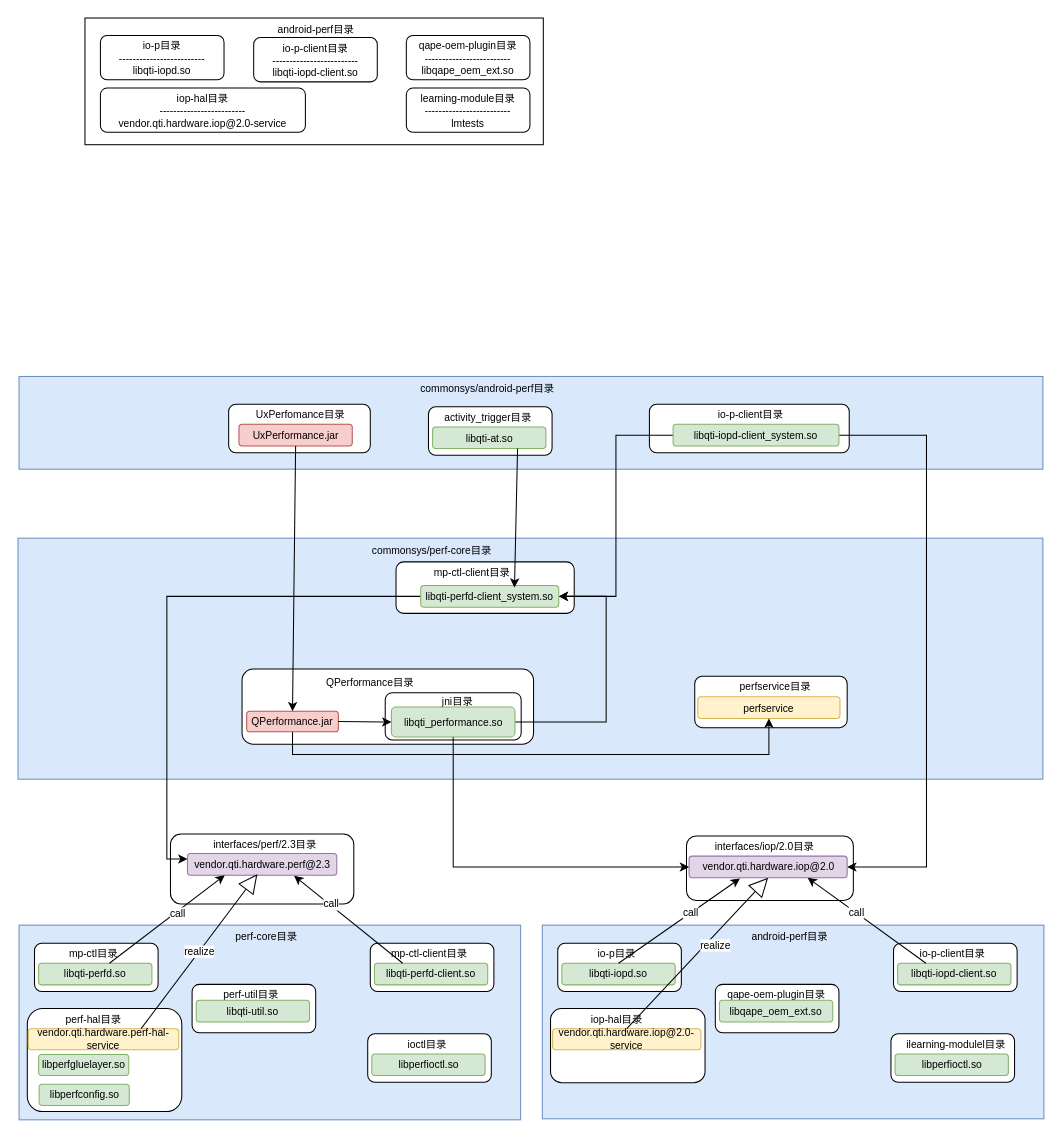
Earlier version of the draw.io diagram qcom.drawio (jasonactions/graph). Source tidied: cells renumbered, new cells numbered last; positions are measured from the earlier drawing's top-left corner, leaving out a move shared by most shapes. Both pictures are drawn from the tidied source at 103%, with x=0, y=0 at pixel (18, 18).
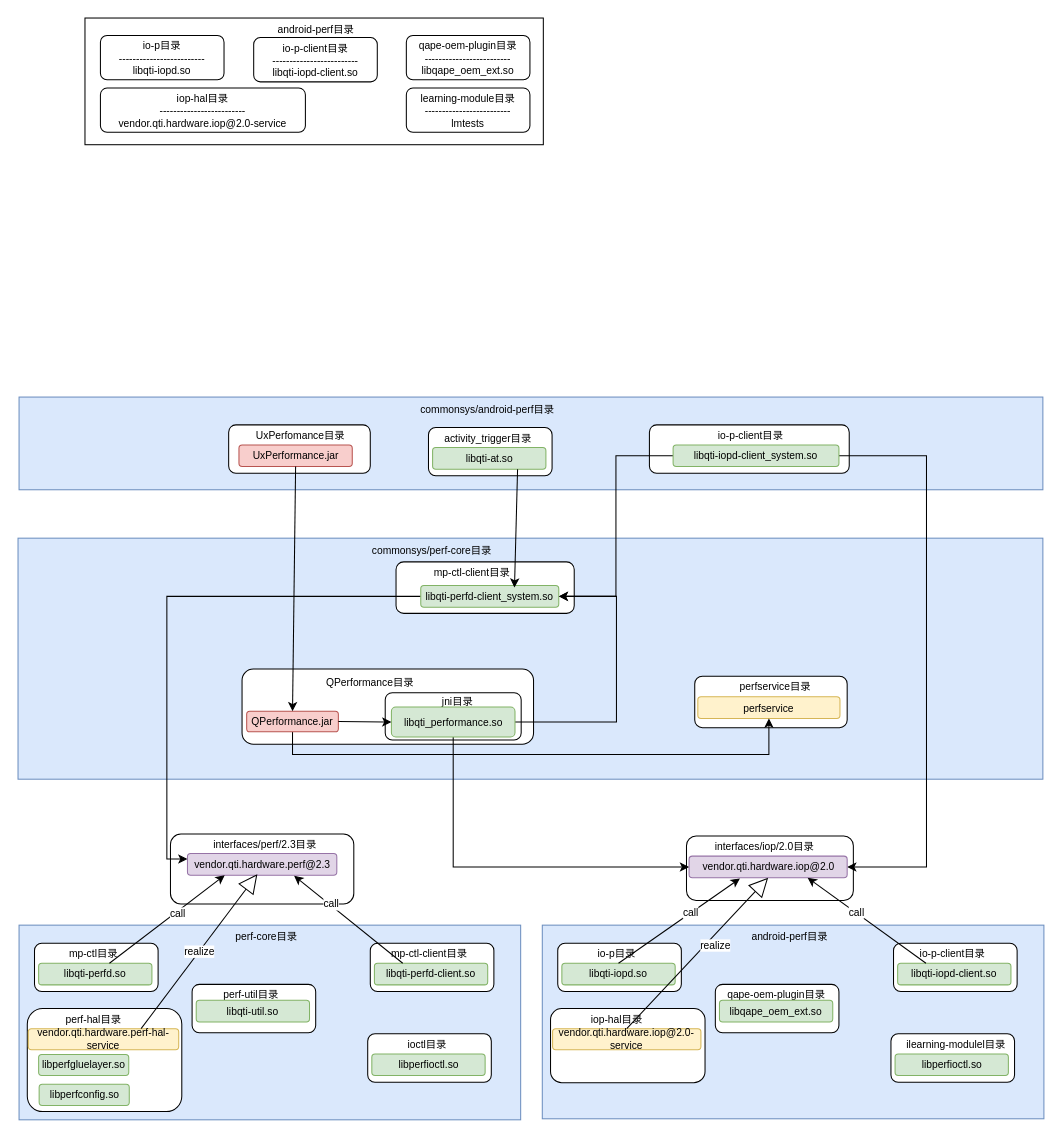
Above is the later version.

Unchanged cells that the change refers to:
```xml
<mxCell id="2" style="group;" parent="1" vertex="1">
  <mxGeometry x="1" width="995" height="908" as="geometry" />
</mxCell>
<mxCell id="24" value="libqti-perfd-client_system.so" style="rounded=1;whiteSpace=wrap;html=1;fontSize=10;fillColor=#d5e8d4;strokeColor=#82b366;" parent="2" vertex="1">
  <mxGeometry x="390" y="551" width="134" height="21" as="geometry" />
</mxCell>
<mxCell id="80" value="vendor.qti.hardware.iop@2.0" style="rounded=1;whiteSpace=wrap;html=1;fontSize=10;fillColor=#e1d5e7;strokeColor=#9673a6;" parent="2" vertex="1">
  <mxGeometry x="650.5" y="813.7" width="153.5" height="21" as="geometry" />
</mxCell>
<mxCell id="94" value="libqti_performance.so" style="rounded=1;whiteSpace=wrap;html=1;fontSize=10;fillColor=#d5e8d4;strokeColor=#82b366;" parent="2" vertex="1">
  <mxGeometry x="361.5" y="669" width="120" height="29" as="geometry" />
</mxCell>
```

Change to the diagram source:
```diff
@@
     <mxCell id="6" style="rounded=0;whiteSpace=wrap;html=1;fontSize=10;fillColor=#dae8fc;strokeColor=#6c8ebf;" parent="2" vertex="1">
-      <mxGeometry y="348" width="994" height="90" as="geometry" />
+      <mxGeometry y="368" width="994" height="90" as="geometry" />
     </mxCell>
@@
     <mxCell id="16" style="rounded=1;whiteSpace=wrap;html=1;fontSize=10;" parent="2" vertex="1">
-      <mxGeometry x="397.5" y="377.5" width="120" height="47" as="geometry" />
+      <mxGeometry x="397.5" y="397.5" width="120" height="47" as="geometry" />
     </mxCell>
     <mxCell id="17" value="commonsys/android-perf目录" style="text;html=1;strokeColor=none;fillColor=none;align=center;verticalAlign=middle;whiteSpace=wrap;rounded=0;fontSize=10;" parent="2" vertex="1">
-      <mxGeometry x="371" y="345" width="168" height="30" as="geometry" />
+      <mxGeometry x="371" y="365" width="168" height="30" as="geometry" />
     </mxCell>
@@
     <mxCell id="30" value="&lt;div style=&quot;font-size: 10px;&quot;&gt;activity_trigger目录&lt;/div&gt;" style="text;html=1;strokeColor=none;fillColor=none;align=center;verticalAlign=middle;whiteSpace=wrap;rounded=0;fontSize=10;" parent="2" vertex="1">
-      <mxGeometry x="410.5" y="372.5" width="89" height="30" as="geometry" />
+      <mxGeometry x="410.5" y="392.5" width="89" height="30" as="geometry" />
     </mxCell>
     <mxCell id="31" value="libqti-at.so" style="rounded=1;whiteSpace=wrap;html=1;fontSize=10;fillColor=#d5e8d4;strokeColor=#82b366;" parent="2" vertex="1">
-      <mxGeometry x="401.5" y="397" width="110" height="21" as="geometry" />
+      <mxGeometry x="401.5" y="417" width="110" height="21" as="geometry" />
     </mxCell>
     <mxCell id="32" style="rounded=1;whiteSpace=wrap;html=1;fontSize=10;" parent="2" vertex="1">
-      <mxGeometry x="612" y="375" width="194" height="47" as="geometry" />
+      <mxGeometry x="612" y="395" width="194" height="47" as="geometry" />
     </mxCell>
     <mxCell id="33" value="&lt;div style=&quot;font-size: 10px;&quot;&gt;&lt;div style=&quot;font-size: 10px;&quot;&gt;io-p-client目录&lt;/div&gt;&lt;/div&gt;" style="text;html=1;strokeColor=none;fillColor=none;align=center;verticalAlign=middle;whiteSpace=wrap;rounded=0;fontSize=10;" parent="2" vertex="1">
-      <mxGeometry x="666" y="370" width="89" height="30" as="geometry" />
+      <mxGeometry x="666" y="390" width="89" height="30" as="geometry" />
     </mxCell>
-    <mxCell id="34" style="edgeStyle=orthogonalEdgeStyle;rounded=0;jettySize=auto;html=1;entryX=1;entryY=0.5;entryDx=0;entryDy=0;" parent="2" edge="1" source="36" target="80">
+    <mxCell id="34" style="edgeStyle=orthogonalEdgeStyle;rounded=0;jettySize=auto;html=1;entryX=1;entryY=0.5;entryDx=0;entryDy=0;exitX=1;exitY=0.5;exitDx=0;exitDy=0;" parent="2" edge="1" source="36" target="80">
       <mxGeometry relative="1" as="geometry">
         <Array as="points">
-          <mxPoint x="881" y="405" />
+          <mxPoint x="881" y="425" />
           <mxPoint x="881" y="824" />
         </Array>
       </mxGeometry>
     </mxCell>
@@
     <mxCell id="36" value="libqti-iopd-client_system.so" style="rounded=1;whiteSpace=wrap;html=1;fontSize=10;fillColor=#d5e8d4;strokeColor=#82b366;" parent="2" vertex="1">
-      <mxGeometry x="635" y="394.5" width="161" height="21" as="geometry" />
+      <mxGeometry x="635" y="414.5" width="161" height="21" as="geometry" />
     </mxCell>
     <mxCell id="37" style="rounded=1;whiteSpace=wrap;html=1;fontSize=10;" parent="2" vertex="1">
-      <mxGeometry x="203.5" y="375" width="137.5" height="47" as="geometry" />
+      <mxGeometry x="203.5" y="395" width="137.5" height="47" as="geometry" />
     </mxCell>
     <mxCell id="38" value="&lt;div style=&quot;font-size: 10px;&quot;&gt;&lt;div style=&quot;font-size: 10px;&quot;&gt;UxPerfomance目录&lt;/div&gt;&lt;/div&gt;" style="text;html=1;strokeColor=none;fillColor=none;align=center;verticalAlign=middle;whiteSpace=wrap;rounded=0;fontSize=10;" parent="2" vertex="1">
-      <mxGeometry x="216.5" y="370" width="112.5" height="30" as="geometry" />
+      <mxGeometry x="216.5" y="390" width="112.5" height="30" as="geometry" />
     </mxCell>
     <mxCell id="39" value="UxPerformance.jar" style="rounded=1;whiteSpace=wrap;html=1;fontSize=10;fillColor=#f8cecc;strokeColor=#b85450;" parent="2" vertex="1">
-      <mxGeometry x="213.5" y="394.5" width="110" height="21" as="geometry" />
+      <mxGeometry x="213.5" y="414.5" width="110" height="21" as="geometry" />
     </mxCell>
@@
     <mxCell id="92" style="edgeStyle=orthogonalEdgeStyle;rounded=0;jettySize=auto;html=1;fontSize=10;entryX=1;entryY=0.5;entryDx=0;entryDy=0;" parent="2" edge="1" source="94" target="24">
       <mxGeometry relative="1" as="geometry">
         <Array as="points">
-          <mxPoint x="570" y="684" />
-          <mxPoint x="570" y="562" />
+          <mxPoint x="580" y="684" />
+          <mxPoint x="580" y="562" />
         </Array>
       </mxGeometry>
     </mxCell>
```
